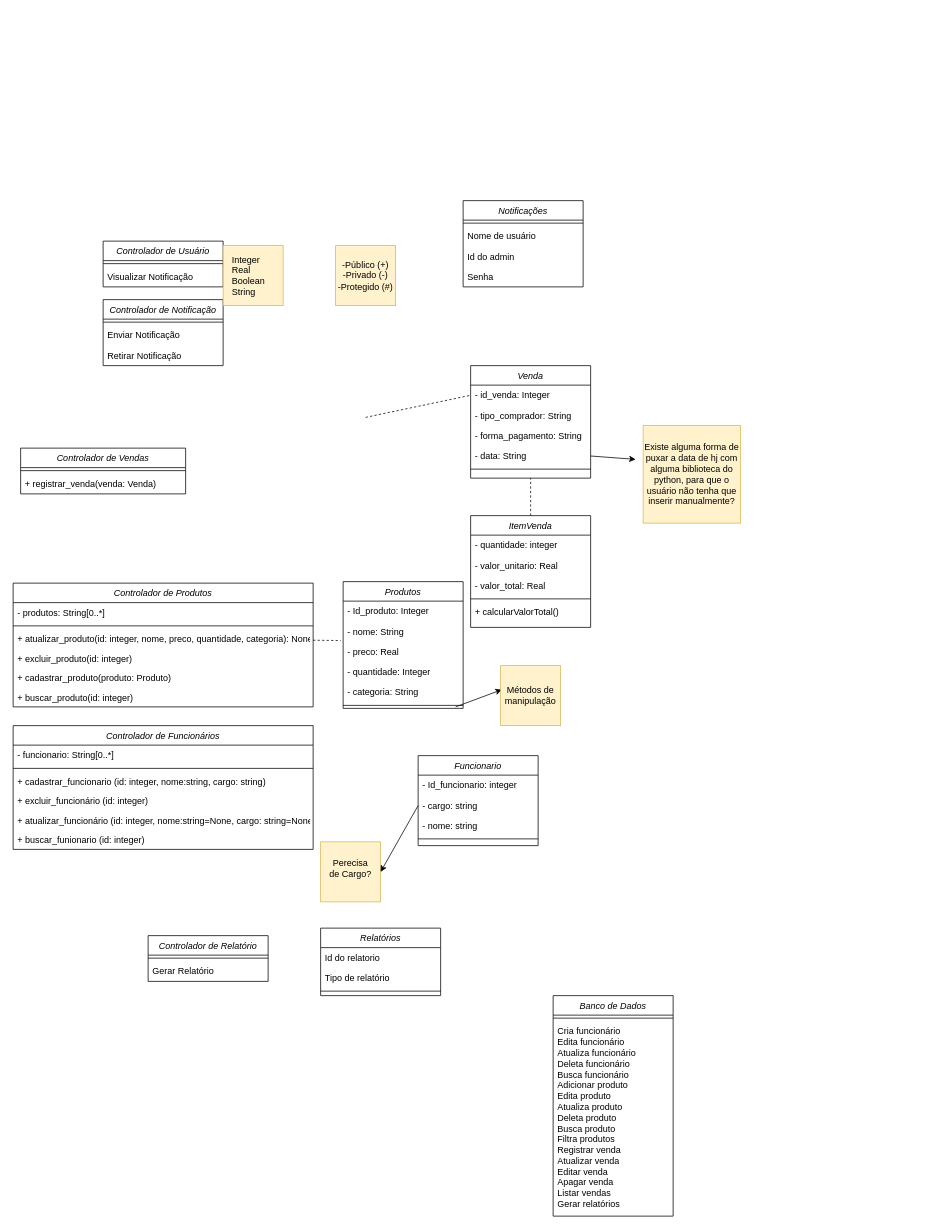
Above: Diagrama de Classe.drawio in belleruivo/cantina-fatore (draw.io), before the change. Source tidied: cells renumbered, new cells numbered last; positions are measured from the earlier drawing's top-left corner, leaving out a move shared by most shapes. Both pictures are drawn from the tidied source at 75%, with x=0, y=0 at pixel (13, 200).
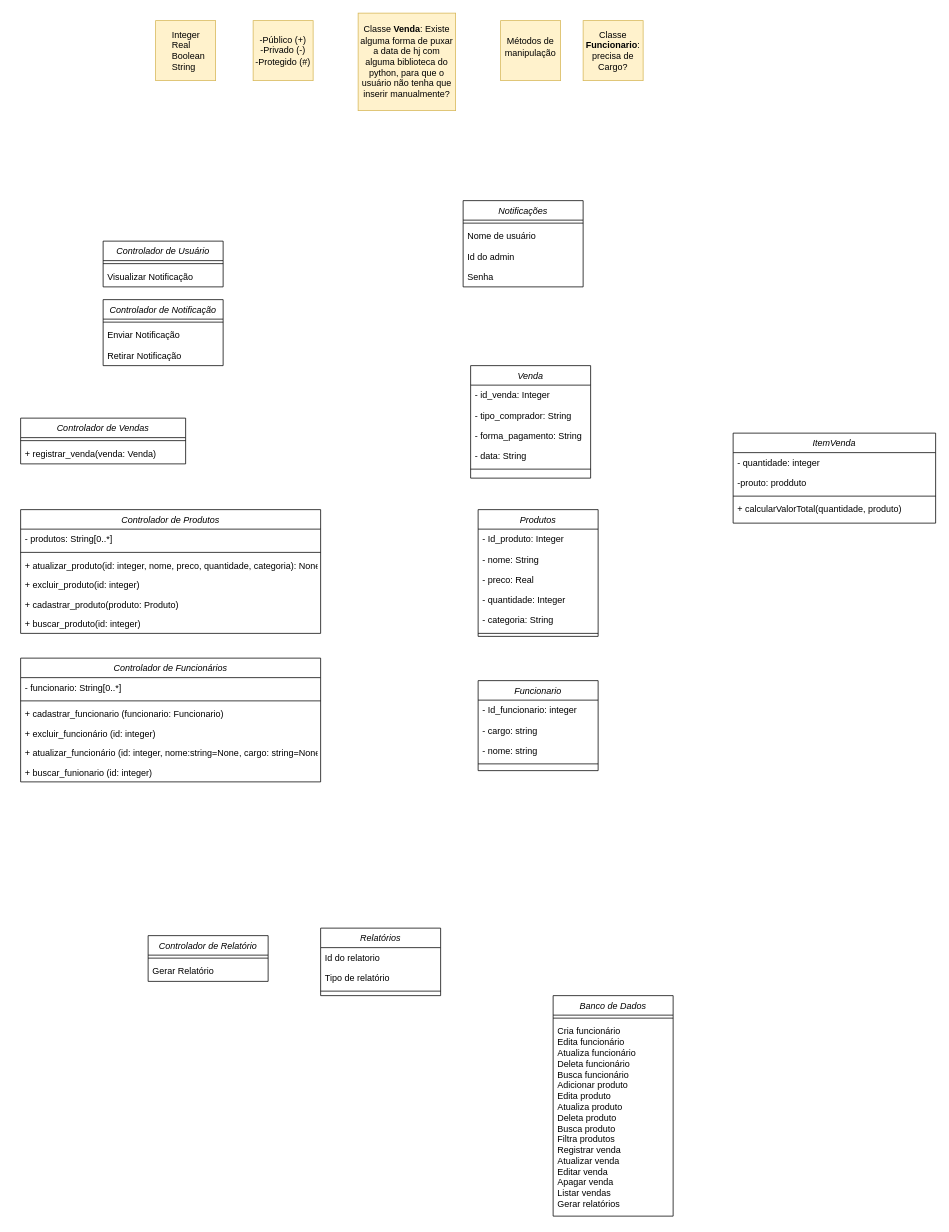
The same diagram, later.

Unchanged cells that the change refers to:
```xml
<mxCell id="5" value="+ atualizar_produto(id: integer, nome, preco, quantidade, categoria): None" style="text;align=left;verticalAlign=top;spacingLeft=4;spacingRight=4;overflow=hidden;points=[[0,0.5],[1,0.5]];portConstraint=eastwest;rounded=0;shadow=0;html=0;" parent="2" vertex="1">
  <mxGeometry y="61" width="400" height="26" as="geometry" />
</mxCell>
<mxCell id="34" value="Venda" style="swimlane;fontStyle=2;align=center;verticalAlign=top;horizontal=1;startSize=26;rounded=0;shadow=0;strokeWidth=1;" parent="1" vertex="1">
  <mxGeometry x="610" y="220" width="160" height="150" as="geometry" />
</mxCell>
<mxCell id="35" value="- id_venda: Integer" style="text;strokeColor=none;fillColor=none;align=left;verticalAlign=top;spacingLeft=4;spacingRight=4;overflow=hidden;points=[[0,0.5],[1,0.5]];portConstraint=eastwest;" parent="34" vertex="1">
  <mxGeometry y="26" width="160" height="27" as="geometry" />
</mxCell>
<mxCell id="38" value="- data: String" style="text;strokeColor=none;fillColor=none;align=left;verticalAlign=top;spacingLeft=4;spacingRight=4;overflow=hidden;points=[[0,0.5],[1,0.5]];portConstraint=eastwest;" parent="34" vertex="1">
  <mxGeometry y="107" width="160" height="27" as="geometry" />
</mxCell>
<mxCell id="43" value="- preco: Real" style="text;strokeColor=none;fillColor=none;align=left;verticalAlign=top;spacingLeft=4;spacingRight=4;overflow=hidden;points=[[0,0.5],[1,0.5]];portConstraint=eastwest;" parent="40" vertex="1">
  <mxGeometry y="80" width="160" height="27" as="geometry" />
</mxCell>
<mxCell id="50" value="- cargo: string" style="text;strokeColor=none;fillColor=none;align=left;verticalAlign=top;spacingLeft=4;spacingRight=4;overflow=hidden;points=[[0,0.5],[1,0.5]];portConstraint=eastwest;" parent="48" vertex="1">
  <mxGeometry y="53" width="160" height="27" as="geometry" />
</mxCell>
```

What changed in the source:
```diff
@@
     <mxCell id="2" value="Controlador de Produtos" style="swimlane;fontStyle=2;align=center;verticalAlign=top;horizontal=1;startSize=26;rounded=0;shadow=0;strokeWidth=1;" parent="1" vertex="1">
-      <mxGeometry y="510" width="400" height="165" as="geometry" />
+      <mxGeometry x="10" y="412" width="400" height="165" as="geometry" />
     </mxCell>
@@
     <mxCell id="9" value="Controlador de Funcionários" style="swimlane;fontStyle=2;align=center;verticalAlign=top;horizontal=1;startSize=26;rounded=0;shadow=0;strokeWidth=1;" parent="1" vertex="1">
-      <mxGeometry y="700" width="400" height="165" as="geometry" />
+      <mxGeometry x="10" y="610" width="400" height="165" as="geometry" />
     </mxCell>
@@
-    <mxCell id="12" value="+ cadastrar_funcionario (id: integer, nome:string, cargo: string)" style="text;align=left;verticalAlign=top;spacingLeft=4;spacingRight=4;overflow=hidden;" parent="9" vertex="1">
+    <mxCell id="12" value="+ cadastrar_funcionario (funcionario: Funcionario)" style="text;align=left;verticalAlign=top;spacingLeft=4;spacingRight=4;overflow=hidden;" parent="9" vertex="1">
       <mxGeometry y="61" width="400" height="26" as="geometry" />
     </mxCell>
@@
     <mxCell id="16" value="Controlador de Vendas" style="swimlane;fontStyle=2;align=center;verticalAlign=top;horizontal=1;startSize=26;rounded=0;shadow=0;strokeWidth=1;" parent="1" vertex="1">
-      <mxGeometry x="10" y="330" width="220" height="61" as="geometry" />
+      <mxGeometry x="10" y="290" width="220" height="61" as="geometry" />
     </mxCell>
@@
     <mxCell id="40" value="Produtos" style="swimlane;fontStyle=2;align=center;verticalAlign=top;horizontal=1;startSize=26;rounded=0;shadow=0;strokeWidth=1;" parent="1" vertex="1">
-      <mxGeometry x="440" y="508" width="160" height="169" as="geometry" />
+      <mxGeometry x="620" y="412" width="160" height="169" as="geometry" />
     </mxCell>
@@
-    <mxCell id="44" style="endArrow=classic;html=1;rounded=0;fillColor=#fff2cc;strokeColor=#000000;entryX=0.019;entryY=0.401;entryDx=0;entryDy=0;entryPerimeter=0;" parent="40" edge="1" target="62">
-      <mxGeometry relative="1" as="geometry">
-        <mxPoint x="150" y="167" as="sourcePoint" />
-      </mxGeometry>
-    </mxCell>
@@
     <mxCell id="48" value="Funcionario" style="swimlane;fontStyle=2;align=center;verticalAlign=top;horizontal=1;startSize=26;rounded=0;shadow=0;strokeWidth=1;" parent="1" vertex="1">
-      <mxGeometry x="540" y="740" width="160" height="120" as="geometry" />
+      <mxGeometry x="620" y="640" width="160" height="120" as="geometry" />
     </mxCell>
@@
     <mxCell id="53" style="whiteSpace=wrap;html=1;fillColor=#fff2cc;strokeColor=#d6b656;" parent="1" vertex="1">
-      <mxGeometry x="280" y="60" width="80" height="80" as="geometry" />
+      <mxGeometry x="190" y="-240" width="80" height="80" as="geometry" />
     </mxCell>
     <mxCell id="54" value="Integer&lt;div&gt;Real&lt;/div&gt;&lt;div&gt;Boolean&lt;/div&gt;&lt;div&gt;String&lt;/div&gt;" style="text;html=1;align=left;verticalAlign=middle;whiteSpace=wrap;rounded=0;" parent="1" vertex="1">
-      <mxGeometry x="290" y="70" width="60" height="60" as="geometry" />
+      <mxGeometry x="210" y="-230" width="60" height="60" as="geometry" />
     </mxCell>
@@
     <mxCell id="62" style="whiteSpace=wrap;html=1;fillColor=#fff2cc;strokeColor=#d6b656;" parent="1" vertex="1">
-      <mxGeometry x="650" y="620" width="80" height="80" as="geometry" />
+      <mxGeometry x="650" y="-240" width="80" height="80" as="geometry" />
     </mxCell>
     <mxCell id="63" value="Métodos de manipulação" style="text;html=1;align=center;verticalAlign=middle;whiteSpace=wrap;rounded=0;" parent="1" vertex="1">
-      <mxGeometry x="660" y="645" width="60" height="30" as="geometry" />
+      <mxGeometry x="660" y="-220" width="60" height="30" as="geometry" />
     </mxCell>
     <mxCell id="64" style="whiteSpace=wrap;html=1;fillColor=#fff2cc;strokeColor=#d6b656;" parent="1" vertex="1">
-      <mxGeometry x="430" y="60" width="80" height="80" as="geometry" />
+      <mxGeometry x="320" y="-240" width="80" height="80" as="geometry" />
     </mxCell>
     <mxCell id="65" value="-Público (+)&lt;br&gt;-Privado (-)&lt;br&gt;-Protegido (#)" style="text;html=1;align=center;verticalAlign=middle;whiteSpace=wrap;rounded=0;" parent="1" vertex="1">
-      <mxGeometry x="430" y="60" width="80" height="80" as="geometry" />
+      <mxGeometry x="320" y="-240" width="80" height="80" as="geometry" />
     </mxCell>
     <mxCell id="66" style="whiteSpace=wrap;html=1;fillColor=#fff2cc;strokeColor=#d6b656;" parent="1" vertex="1">
-      <mxGeometry x="410" y="855" width="80" height="80" as="geometry" />
+      <mxGeometry x="760" y="-240" width="80" height="80" as="geometry" />
     </mxCell>
-    <mxCell id="67" style="endArrow=classic;html=1;rounded=0;exitX=0;exitY=0.5;exitDx=0;exitDy=0;entryX=1;entryY=0.5;entryDx=0;entryDy=0;" parent="1" edge="1" source="50" target="66">
-      <mxGeometry relative="1" as="geometry" />
-    </mxCell>
-    <mxCell id="68" value="Perecisa de Cargo?" style="text;html=1;align=center;verticalAlign=middle;whiteSpace=wrap;rounded=0;" parent="1" vertex="1">
-      <mxGeometry x="420" y="875" width="60" height="30" as="geometry" />
+    <mxCell id="68" value="Classe &lt;b&gt;Funcionario&lt;/b&gt;: precisa de Cargo?" style="text;html=1;align=center;verticalAlign=middle;whiteSpace=wrap;rounded=0;" parent="1" vertex="1">
+      <mxGeometry x="770" y="-215" width="60" height="30" as="geometry" />
     </mxCell>
     <mxCell id="69" value="ItemVenda" style="swimlane;fontStyle=2;align=center;verticalAlign=top;horizontal=1;startSize=26;rounded=0;shadow=0;strokeWidth=1;" parent="1" vertex="1">
-      <mxGeometry x="610" y="420" width="160" height="149" as="geometry" />
+      <mxGeometry x="960" y="310" width="270" height="120" as="geometry" />
     </mxCell>
     <mxCell id="70" value="- quantidade: integer" style="text;strokeColor=none;fillColor=none;align=left;verticalAlign=top;spacingLeft=4;spacingRight=4;overflow=hidden;" parent="69" vertex="1">
-      <mxGeometry y="26" width="160" height="27" as="geometry" />
+      <mxGeometry y="26" width="270" height="27" as="geometry" />
     </mxCell>
-    <mxCell id="71" value="- valor_unitario: Real&#10;" style="text;strokeColor=none;fillColor=none;align=left;verticalAlign=top;spacingLeft=4;spacingRight=4;overflow=hidden;" parent="69" vertex="1">
-      <mxGeometry y="53" width="160" height="27" as="geometry" />
-    </mxCell>
-    <mxCell id="72" value="- valor_total: Real&#10;" style="text;strokeColor=none;fillColor=none;align=left;verticalAlign=top;spacingLeft=4;spacingRight=4;overflow=hidden;" parent="69" vertex="1">
-      <mxGeometry y="80" width="160" height="27" as="geometry" />
-    </mxCell>
+    <mxCell id="81" value="-prouto: prodduto" style="text;strokeColor=none;fillColor=none;align=left;verticalAlign=top;spacingLeft=4;spacingRight=4;overflow=hidden;" parent="69" vertex="1">
+      <mxGeometry y="53" width="270" height="27" as="geometry" />
+    </mxCell>
     <mxCell id="73" style="line;html=1;strokeWidth=1;align=left;verticalAlign=middle;spacingTop=-1;spacingLeft=3;spacingRight=3;labelPosition=right;" parent="69" vertex="1">
-      <mxGeometry y="107" width="160" height="8" as="geometry" />
+      <mxGeometry y="80" width="270" height="8" as="geometry" />
     </mxCell>
-    <mxCell id="74" value="+ calcularValorTotal()" style="text;strokeColor=none;fillColor=none;align=left;verticalAlign=top;spacingLeft=4;spacingRight=4;overflow=hidden;" parent="69" vertex="1">
-      <mxGeometry y="115" width="160" height="27" as="geometry" />
+    <mxCell id="74" value="+ calcularValorTotal(quantidade, produto)" style="text;strokeColor=none;fillColor=none;align=left;verticalAlign=top;spacingLeft=4;spacingRight=4;overflow=hidden;" parent="69" vertex="1">
+      <mxGeometry y="88" width="270" height="27" as="geometry" />
     </mxCell>
-    <mxCell id="75" style="endArrow=none;dashed=1;html=1;rounded=0;entryX=0;entryY=0.5;entryDx=0;entryDy=0;" parent="1" edge="1" target="35">
-      <mxGeometry relative="1" as="geometry">
-        <mxPoint x="470" y="289" as="sourcePoint" />
-      </mxGeometry>
-    </mxCell>
-    <mxCell id="76" style="endArrow=classic;html=1;rounded=0;fillColor=#fff2cc;strokeColor=#000000;exitX=1;exitY=0.5;exitDx=0;exitDy=0;" parent="1" edge="1" source="38">
-      <mxGeometry relative="1" as="geometry">
-        <mxPoint x="830" y="345" as="targetPoint" />
-      </mxGeometry>
-    </mxCell>
     <mxCell id="77" style="whiteSpace=wrap;html=1;fillColor=#fff2cc;strokeColor=#d6b656;" parent="1" vertex="1">
-      <mxGeometry x="840" y="300" width="130" height="130" as="geometry" />
+      <mxGeometry x="460" y="-250" width="130" height="130" as="geometry" />
     </mxCell>
-    <mxCell id="78" value="Existe alguma forma de puxar a data de hj com alguma biblioteca do python, para que o usuário não tenha que inserir manualmente?" style="text;html=1;align=center;verticalAlign=middle;whiteSpace=wrap;rounded=0;" parent="1" vertex="1">
-      <mxGeometry x="840" y="300" width="130" height="130" as="geometry" />
+    <mxCell id="78" value="Classe &lt;b&gt;Venda&lt;/b&gt;: Existe alguma forma de puxar a data de hj com alguma biblioteca do python, para que o usuário não tenha que inserir manualmente?" style="text;html=1;align=center;verticalAlign=middle;whiteSpace=wrap;rounded=0;" parent="1" vertex="1">
+      <mxGeometry x="460" y="-250" width="130" height="130" as="geometry" />
     </mxCell>
-    <mxCell id="79" style="endArrow=none;dashed=1;html=1;rounded=0;entryX=0.5;entryY=1;entryDx=0;entryDy=0;" parent="1" edge="1" source="69" target="34">
-      <mxGeometry relative="1" as="geometry" />
-    </mxCell>
-    <mxCell id="80" style="endArrow=none;dashed=1;html=1;rounded=0;entryX=-0.02;entryY=-0.054;entryDx=0;entryDy=0;entryPerimeter=0;" parent="1" edge="1" source="5" target="43">
-      <mxGeometry relative="1" as="geometry" />
-    </mxCell>
```
